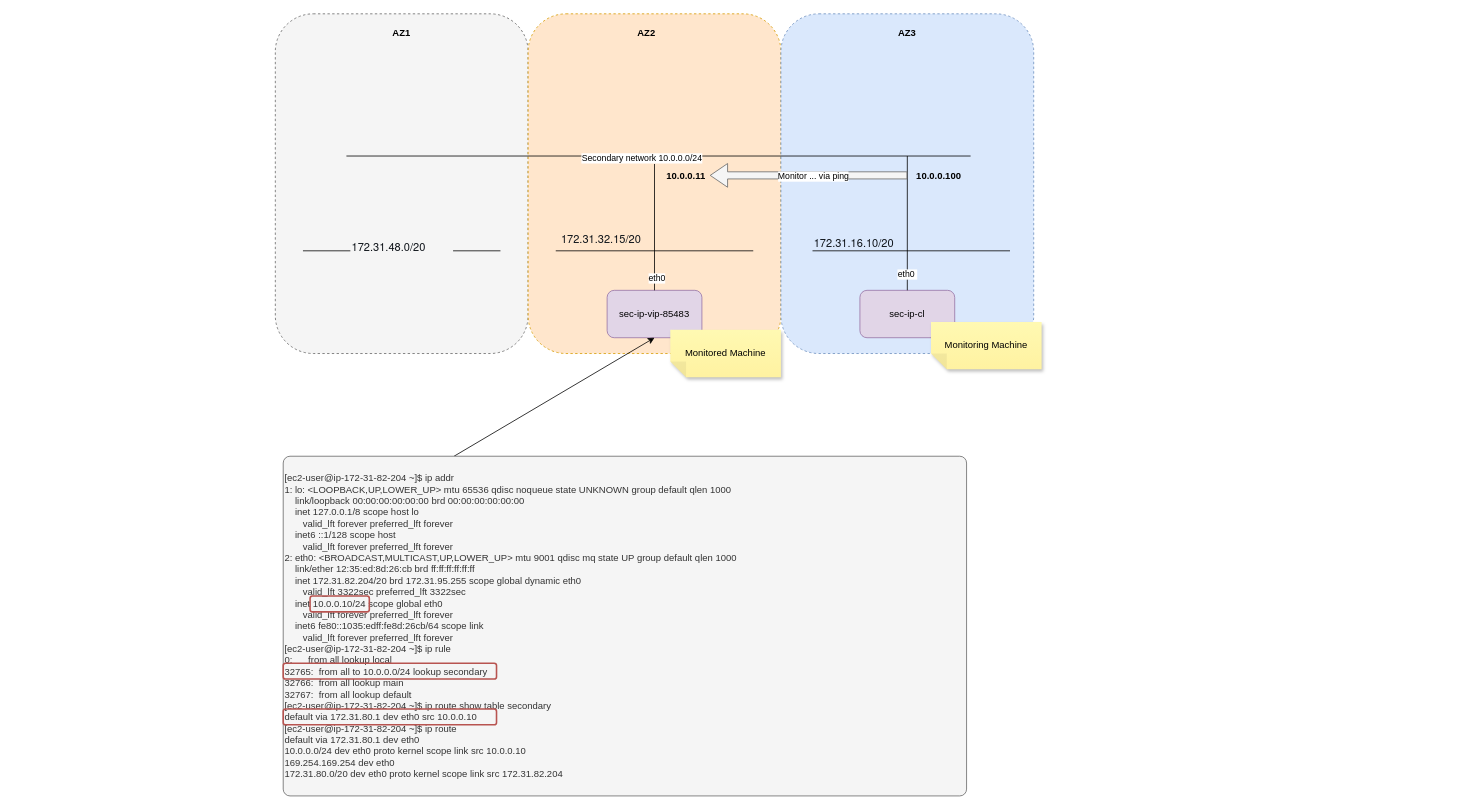
The draw.io diagram page "HLD" (1 of 3) of aws-sec-ip.drawio in daviderestivo/aws-secondary-ip, before the edit. Source tidied: cells renumbered, new cells numbered last; positions are measured from the earlier drawing's top-left corner, leaving out a move shared by most shapes. Both pictures are drawn from the tidied source at 79%, with x=0, y=0 at pixel (275, 13).
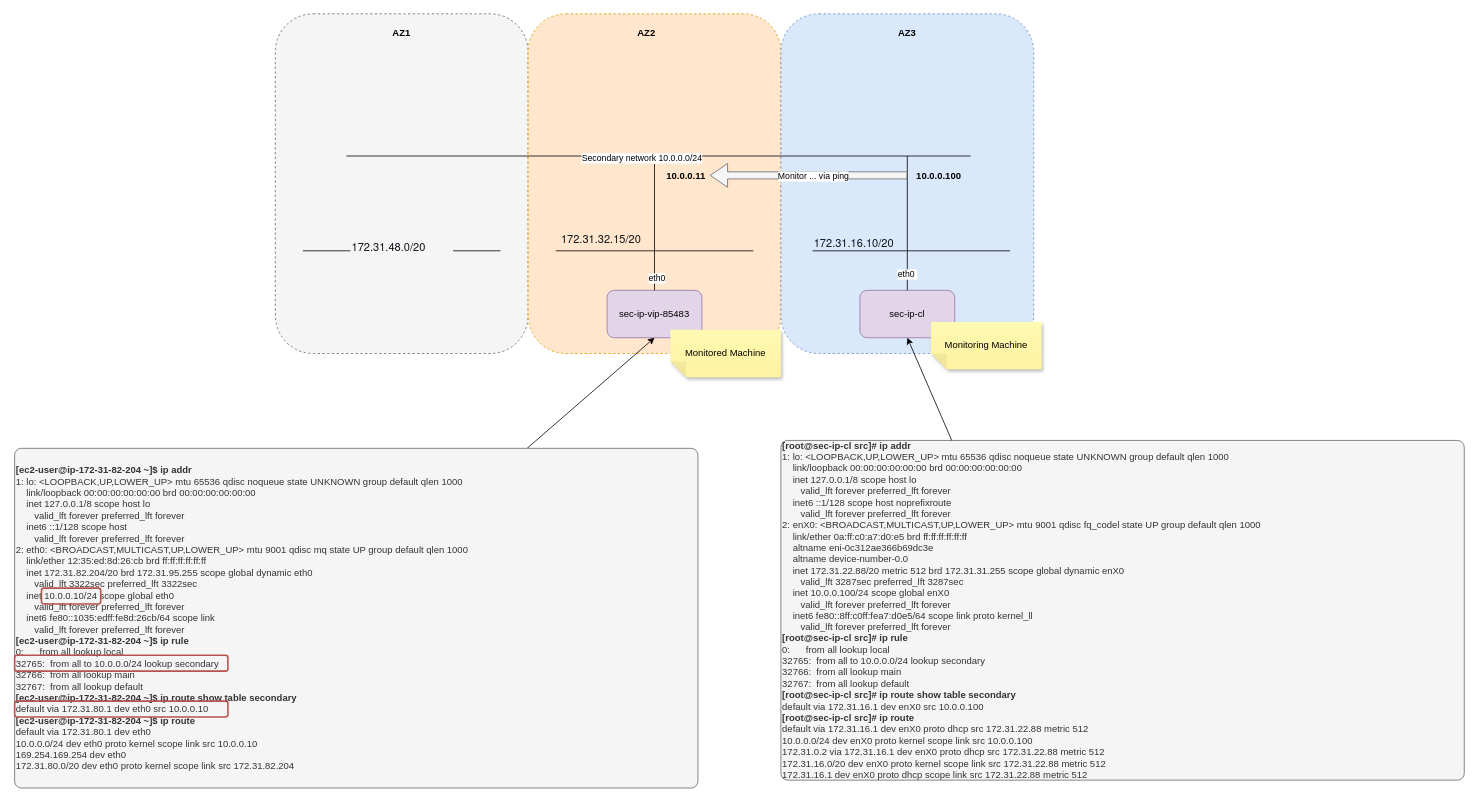
The same diagram, later.

Unchanged cells that the change refers to:
```xml
<mxCell id="8" value="sec-ip-vip-85483" style="rounded=1;whiteSpace=wrap;html=1;fillColor=#e1d5e7;strokeColor=#9673a6;" parent="1" vertex="1">
  <mxGeometry x="420" y="350" width="120" height="60" as="geometry" />
</mxCell>
<mxCell id="11" value="sec-ip-cl" style="rounded=1;whiteSpace=wrap;html=1;fillColor=#e1d5e7;strokeColor=#9673a6;" parent="1" vertex="1">
  <mxGeometry x="740" y="350" width="120" height="60" as="geometry" />
</mxCell>
```

Change to the diagram source:
```diff
@@
-    <mxCell id="20" style="endArrow=classic;html=1;rounded=0;entryX=0.5;entryY=1;entryDx=0;entryDy=0;exitX=0.25;exitY=0;exitDx=0;exitDy=0;" parent="1" edge="1" source="21" target="8">
+    <mxCell id="20" style="endArrow=classic;html=1;rounded=0;entryX=0.5;entryY=1;entryDx=0;entryDy=0;exitX=0.75;exitY=0;exitDx=0;exitDy=0;" parent="1" edge="1" source="21" target="8">
       <mxGeometry relative="1" as="geometry" />
     </mxCell>
-    <mxCell id="21" value="&lt;div&gt;[ec2-user@ip-172-31-82-204 ~]$ ip addr&lt;/div&gt;&lt;div&gt;1: lo: &amp;lt;LOOPBACK,UP,LOWER_UP&amp;gt; mtu 65536 qdisc noqueue state UNKNOWN group default qlen 1000&lt;/div&gt;&lt;div&gt;&amp;nbsp; &amp;nbsp; link/loopback 00:00:00:00:00:00 brd 00:00:00:00:00:00&lt;/div&gt;&lt;div&gt;&amp;nbsp; &amp;nbsp; inet 127.0.0.1/8 scope host lo&lt;/div&gt;&lt;div&gt;&amp;nbsp; &amp;nbsp; &amp;nbsp; &amp;nbsp;valid_lft forever preferred_lft forever&lt;/div&gt;&lt;div&gt;&amp;nbsp; &amp;nbsp; inet6 ::1/128 scope host&amp;nbsp;&lt;/div&gt;&lt;div&gt;&amp;nbsp; &amp;nbsp; &amp;nbsp; &amp;nbsp;valid_lft forever preferred_lft forever&lt;/div&gt;&lt;div&gt;2: eth0: &amp;lt;BROADCAST,MULTICAST,UP,LOWER_UP&amp;gt; mtu 9001 qdisc mq state UP group default qlen 1000&lt;/div&gt;&lt;div&gt;&amp;nbsp; &amp;nbsp; link/ether 12:35:ed:8d:26:cb brd ff:ff:ff:ff:ff:ff&lt;/div&gt;&lt;div&gt;&amp;nbsp; &amp;nbsp; inet 172.31.82.204/20 brd 172.31.95.255 scope global dynamic eth0&lt;/div&gt;&lt;div&gt;&amp;nbsp; &amp;nbsp; &amp;nbsp; &amp;nbsp;valid_lft 3322sec preferred_lft 3322sec&lt;/div&gt;&lt;div&gt;&amp;nbsp; &amp;nbsp; inet 10.0.0.10/24 scope global eth0&lt;/div&gt;&lt;div&gt;&amp;nbsp; &amp;nbsp; &amp;nbsp; &amp;nbsp;valid_lft forever preferred_lft forever&lt;/div&gt;&lt;div&gt;&amp;nbsp; &amp;nbsp; inet6 fe80::1035:edff:fe8d:26cb/64 scope link&amp;nbsp;&lt;/div&gt;&lt;div&gt;&amp;nbsp; &amp;nbsp; &amp;nbsp; &amp;nbsp;valid_lft forever preferred_lft forever&lt;/div&gt;&lt;div&gt;[ec2-user@ip-172-31-82-204 ~]$ ip rule&amp;nbsp;&lt;/div&gt;&lt;div&gt;0:&amp;nbsp; &amp;nbsp; &amp;nbsp; from all lookup local&lt;/div&gt;&lt;div&gt;32765:&amp;nbsp; from all to 10.0.0.0/24 lookup secondary&lt;/div&gt;&lt;div&gt;32766:&amp;nbsp; from all lookup main&lt;/div&gt;&lt;div&gt;32767:&amp;nbsp; from all lookup default&lt;/div&gt;&lt;div&gt;[ec2-user@ip-172-31-82-204 ~]$ ip route show table secondary&lt;/div&gt;&lt;div&gt;default via 172.31.80.1 dev eth0 src 10.0.0.10&amp;nbsp;&lt;/div&gt;&lt;div&gt;[ec2-user@ip-172-31-82-204 ~]$ ip route&lt;/div&gt;&lt;div&gt;default via 172.31.80.1 dev eth0&amp;nbsp;&lt;/div&gt;&lt;div&gt;10.0.0.0/24 dev eth0 proto kernel scope link src 10.0.0.10&amp;nbsp;&lt;/div&gt;&lt;div&gt;169.254.169.254 dev eth0&amp;nbsp;&lt;/div&gt;&lt;div&gt;172.31.80.0/20 dev eth0 proto kernel scope link src 172.31.82.204&amp;nbsp;&lt;/div&gt;" style="rounded=1;whiteSpace=wrap;html=1;align=left;arcSize=2;fillColor=#f5f5f5;fontColor=#333333;strokeColor=#666666;" parent="1" vertex="1">
-      <mxGeometry x="10" y="560" width="865" height="430" as="geometry" />
+    <mxCell id="21" value="&lt;div&gt;&lt;b&gt;[ec2-user@ip-172-31-82-204 ~]$ ip addr&lt;/b&gt;&lt;/div&gt;&lt;div&gt;1: lo: &amp;lt;LOOPBACK,UP,LOWER_UP&amp;gt; mtu 65536 qdisc noqueue state UNKNOWN group default qlen 1000&lt;/div&gt;&lt;div&gt;&amp;nbsp; &amp;nbsp; link/loopback 00:00:00:00:00:00 brd 00:00:00:00:00:00&lt;/div&gt;&lt;div&gt;&amp;nbsp; &amp;nbsp; inet 127.0.0.1/8 scope host lo&lt;/div&gt;&lt;div&gt;&amp;nbsp; &amp;nbsp; &amp;nbsp; &amp;nbsp;valid_lft forever preferred_lft forever&lt;/div&gt;&lt;div&gt;&amp;nbsp; &amp;nbsp; inet6 ::1/128 scope host&amp;nbsp;&lt;/div&gt;&lt;div&gt;&amp;nbsp; &amp;nbsp; &amp;nbsp; &amp;nbsp;valid_lft forever preferred_lft forever&lt;/div&gt;&lt;div&gt;2: eth0: &amp;lt;BROADCAST,MULTICAST,UP,LOWER_UP&amp;gt; mtu 9001 qdisc mq state UP group default qlen 1000&lt;/div&gt;&lt;div&gt;&amp;nbsp; &amp;nbsp; link/ether 12:35:ed:8d:26:cb brd ff:ff:ff:ff:ff:ff&lt;/div&gt;&lt;div&gt;&amp;nbsp; &amp;nbsp; inet 172.31.82.204/20 brd 172.31.95.255 scope global dynamic eth0&lt;/div&gt;&lt;div&gt;&amp;nbsp; &amp;nbsp; &amp;nbsp; &amp;nbsp;valid_lft 3322sec preferred_lft 3322sec&lt;/div&gt;&lt;div&gt;&amp;nbsp; &amp;nbsp; inet 10.0.0.10/24 scope global eth0&lt;/div&gt;&lt;div&gt;&amp;nbsp; &amp;nbsp; &amp;nbsp; &amp;nbsp;valid_lft forever preferred_lft forever&lt;/div&gt;&lt;div&gt;&amp;nbsp; &amp;nbsp; inet6 fe80::1035:edff:fe8d:26cb/64 scope link&amp;nbsp;&lt;/div&gt;&lt;div&gt;&amp;nbsp; &amp;nbsp; &amp;nbsp; &amp;nbsp;valid_lft forever preferred_lft forever&lt;/div&gt;&lt;div&gt;&lt;b&gt;[ec2-user@ip-172-31-82-204 ~]$ ip rule&amp;nbsp;&lt;/b&gt;&lt;/div&gt;&lt;div&gt;0:&amp;nbsp; &amp;nbsp; &amp;nbsp; from all lookup local&lt;/div&gt;&lt;div&gt;32765:&amp;nbsp; from all to 10.0.0.0/24 lookup secondary&lt;/div&gt;&lt;div&gt;32766:&amp;nbsp; from all lookup main&lt;/div&gt;&lt;div&gt;32767:&amp;nbsp; from all lookup default&lt;/div&gt;&lt;div&gt;&lt;b&gt;[ec2-user@ip-172-31-82-204 ~]$ ip route show table secondary&lt;/b&gt;&lt;/div&gt;&lt;div&gt;default via 172.31.80.1 dev eth0 src 10.0.0.10&amp;nbsp;&lt;/div&gt;&lt;div&gt;&lt;b&gt;[ec2-user@ip-172-31-82-204 ~]$ ip route&lt;/b&gt;&lt;/div&gt;&lt;div&gt;default via 172.31.80.1 dev eth0&amp;nbsp;&lt;/div&gt;&lt;div&gt;10.0.0.0/24 dev eth0 proto kernel scope link src 10.0.0.10&amp;nbsp;&lt;/div&gt;&lt;div&gt;169.254.169.254 dev eth0&amp;nbsp;&lt;/div&gt;&lt;div&gt;172.31.80.0/20 dev eth0 proto kernel scope link src 172.31.82.204&amp;nbsp;&lt;/div&gt;" style="rounded=1;whiteSpace=wrap;html=1;align=left;arcSize=2;fillColor=#f5f5f5;fontColor=#333333;strokeColor=#666666;" parent="1" vertex="1">
+      <mxGeometry x="-330" y="550" width="865" height="430" as="geometry" />
     </mxCell>
     <mxCell id="22" style="rounded=1;whiteSpace=wrap;html=1;fillColor=none;strokeColor=#b85450;strokeWidth=2;" parent="1" vertex="1">
-      <mxGeometry x="44" y="737" width="75" height="20" as="geometry" />
+      <mxGeometry x="-296" y="727" width="75" height="20" as="geometry" />
     </mxCell>
     <mxCell id="23" style="rounded=1;whiteSpace=wrap;html=1;fillColor=none;strokeColor=#b85450;strokeWidth=2;" parent="1" vertex="1">
-      <mxGeometry x="10" y="822" width="270" height="20" as="geometry" />
+      <mxGeometry x="-330" y="812" width="270" height="20" as="geometry" />
     </mxCell>
     <mxCell id="24" style="rounded=1;whiteSpace=wrap;html=1;fillColor=none;strokeColor=#b85450;strokeWidth=2;" parent="1" vertex="1">
-      <mxGeometry x="10" y="880" width="270" height="20" as="geometry" />
+      <mxGeometry x="-330" y="870" width="270" height="20" as="geometry" />
     </mxCell>
@@
+    <mxCell id="33" value="&lt;div&gt;&lt;b&gt;[root@sec-ip-cl src]# ip addr&lt;/b&gt;&lt;/div&gt;&lt;div&gt;1: lo: &amp;lt;LOOPBACK,UP,LOWER_UP&amp;gt; mtu 65536 qdisc noqueue state UNKNOWN group default qlen 1000&lt;/div&gt;&lt;div&gt;&amp;nbsp; &amp;nbsp; link/loopback 00:00:00:00:00:00 brd 00:00:00:00:00:00&lt;/div&gt;&lt;div&gt;&amp;nbsp; &amp;nbsp; inet 127.0.0.1/8 scope host lo&lt;/div&gt;&lt;div&gt;&amp;nbsp; &amp;nbsp; &amp;nbsp; &amp;nbsp;valid_lft forever preferred_lft forever&lt;/div&gt;&lt;div&gt;&amp;nbsp; &amp;nbsp; inet6 ::1/128 scope host noprefixroute&amp;nbsp;&lt;/div&gt;&lt;div&gt;&amp;nbsp; &amp;nbsp; &amp;nbsp; &amp;nbsp;valid_lft forever preferred_lft forever&lt;/div&gt;&lt;div&gt;2: enX0: &amp;lt;BROADCAST,MULTICAST,UP,LOWER_UP&amp;gt; mtu 9001 qdisc fq_codel state UP group default qlen 1000&lt;/div&gt;&lt;div&gt;&amp;nbsp; &amp;nbsp; link/ether 0a:ff:c0:a7:d0:e5 brd ff:ff:ff:ff:ff:ff&lt;/div&gt;&lt;div&gt;&amp;nbsp; &amp;nbsp; altname eni-0c312ae366b69dc3e&lt;/div&gt;&lt;div&gt;&amp;nbsp; &amp;nbsp; altname device-number-0.0&lt;/div&gt;&lt;div&gt;&amp;nbsp; &amp;nbsp; inet 172.31.22.88/20 metric 512 brd 172.31.31.255 scope global dynamic enX0&lt;/div&gt;&lt;div&gt;&amp;nbsp; &amp;nbsp; &amp;nbsp; &amp;nbsp;valid_lft 3287sec preferred_lft 3287sec&lt;/div&gt;&lt;div&gt;&amp;nbsp; &amp;nbsp; inet 10.0.0.100/24 scope global enX0&lt;/div&gt;&lt;div&gt;&amp;nbsp; &amp;nbsp; &amp;nbsp; &amp;nbsp;valid_lft forever preferred_lft forever&lt;/div&gt;&lt;div&gt;&amp;nbsp; &amp;nbsp; inet6 fe80::8ff:c0ff:fea7:d0e5/64 scope link proto kernel_ll&amp;nbsp;&lt;/div&gt;&lt;div&gt;&amp;nbsp; &amp;nbsp; &amp;nbsp; &amp;nbsp;valid_lft forever preferred_lft forever&lt;/div&gt;&lt;div&gt;&lt;b&gt;[root@sec-ip-cl src]# ip rule&amp;nbsp;&lt;/b&gt;&lt;/div&gt;&lt;div&gt;0:&amp;nbsp; &amp;nbsp; &amp;nbsp; from all lookup local&lt;/div&gt;&lt;div&gt;32765:&amp;nbsp; from all to 10.0.0.0/24 lookup secondary&lt;/div&gt;&lt;div&gt;32766:&amp;nbsp; from all lookup main&lt;/div&gt;&lt;div&gt;32767:&amp;nbsp; from all lookup default&lt;/div&gt;&lt;div&gt;&lt;b&gt;[root@sec-ip-cl src]# ip route show table secondary&lt;/b&gt;&lt;/div&gt;&lt;div&gt;default via 172.31.16.1 dev enX0 src 10.0.0.100&amp;nbsp;&lt;/div&gt;&lt;div&gt;&lt;b&gt;[root@sec-ip-cl src]# ip route&lt;/b&gt;&lt;/div&gt;&lt;div&gt;default via 172.31.16.1 dev enX0 proto dhcp src 172.31.22.88 metric 512&amp;nbsp;&lt;/div&gt;&lt;div&gt;10.0.0.0/24 dev enX0 proto kernel scope link src 10.0.0.100&amp;nbsp;&lt;/div&gt;&lt;div&gt;172.31.0.2 via 172.31.16.1 dev enX0 proto dhcp src 172.31.22.88 metric 512&amp;nbsp;&lt;/div&gt;&lt;div&gt;172.31.16.0/20 dev enX0 proto kernel scope link src 172.31.22.88 metric 512&amp;nbsp;&lt;/div&gt;&lt;div&gt;172.31.16.1 dev enX0 proto dhcp scope link src 172.31.22.88 metric 512&amp;nbsp;&lt;/div&gt;" style="rounded=1;whiteSpace=wrap;html=1;align=left;arcSize=2;fillColor=#f5f5f5;fontColor=#333333;strokeColor=#666666;" parent="1" vertex="1">
+      <mxGeometry x="640" y="540" width="865" height="430" as="geometry" />
+    </mxCell>
+    <mxCell id="34" style="endArrow=classic;html=1;rounded=0;entryX=0.5;entryY=1;entryDx=0;entryDy=0;exitX=0.25;exitY=0;exitDx=0;exitDy=0;" parent="1" edge="1" source="33" target="11">
+      <mxGeometry relative="1" as="geometry" />
+    </mxCell>
```
